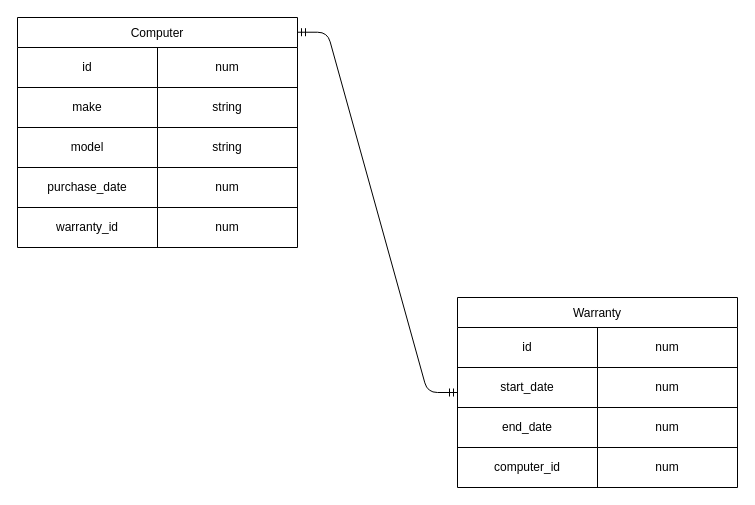
MichaelAI0/CodeLabs_Backend_Exercise_Notes_2023 keeps this draw.io diagram as exercises/class-6/Exercise-1.5.drawio. Above is the earlier version. Source tidied: cells renumbered, new cells numbered last; positions are measured from the earlier drawing's top-left corner, leaving out a move shared by most shapes. Both pictures are drawn from the tidied source at 100%, with x=0, y=0 at pixel (17, 17).
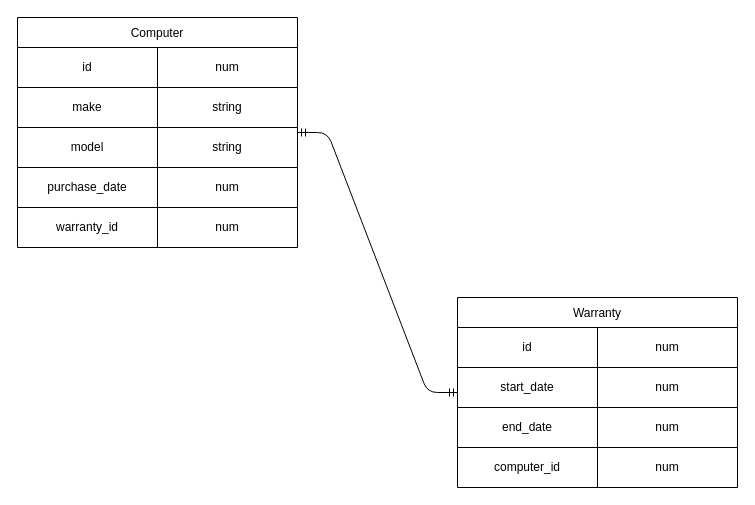
After the change.

The change refers to these unchanged cells:
```xml
<mxCell id="2" value="Computer" style="shape=table;startSize=30;childLayout=tableLayout;" parent="1" vertex="1">
  <mxGeometry width="280" height="230" as="geometry" />
</mxCell>
<mxCell id="18" value="Warranty" style="shape=table;startSize=30;childLayout=tableLayout;" parent="1" vertex="1">
  <mxGeometry x="440" y="280" width="280" height="190" as="geometry" />
</mxCell>
```

Diff of the diagram source:
```diff
@@
-    <mxCell id="31" style="edgeStyle=entityRelationEdgeStyle;fontSize=12;html=1;endArrow=ERmandOne;startArrow=ERmandOne;entryX=1;entryY=0.064;entryDx=0;entryDy=0;entryPerimeter=0;" parent="1" edge="1" source="18" target="2">
+    <mxCell id="31" style="edgeStyle=entityRelationEdgeStyle;fontSize=12;html=1;endArrow=ERmandOne;startArrow=ERmandOne;" parent="1" edge="1" source="18" target="2">
       <mxGeometry relative="1" as="geometry" />
     </mxCell>
```
